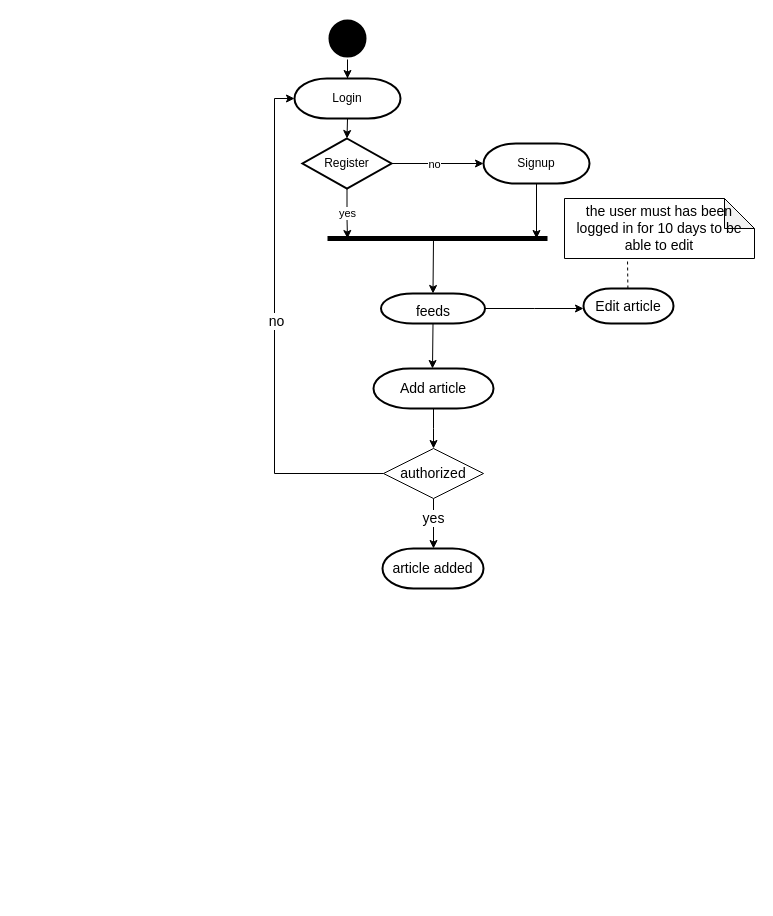
The draw.io diagram activity.drawio in mosup16/wikiwiki-swe-project-digrams, before the edit. Source tidied: cells renumbered, new cells numbered last; positions are measured from the earlier drawing's top-left corner, leaving out a move shared by most shapes. Both pictures are drawn from the tidied source at 100%, with x=0, y=0 at pixel (274, 18).
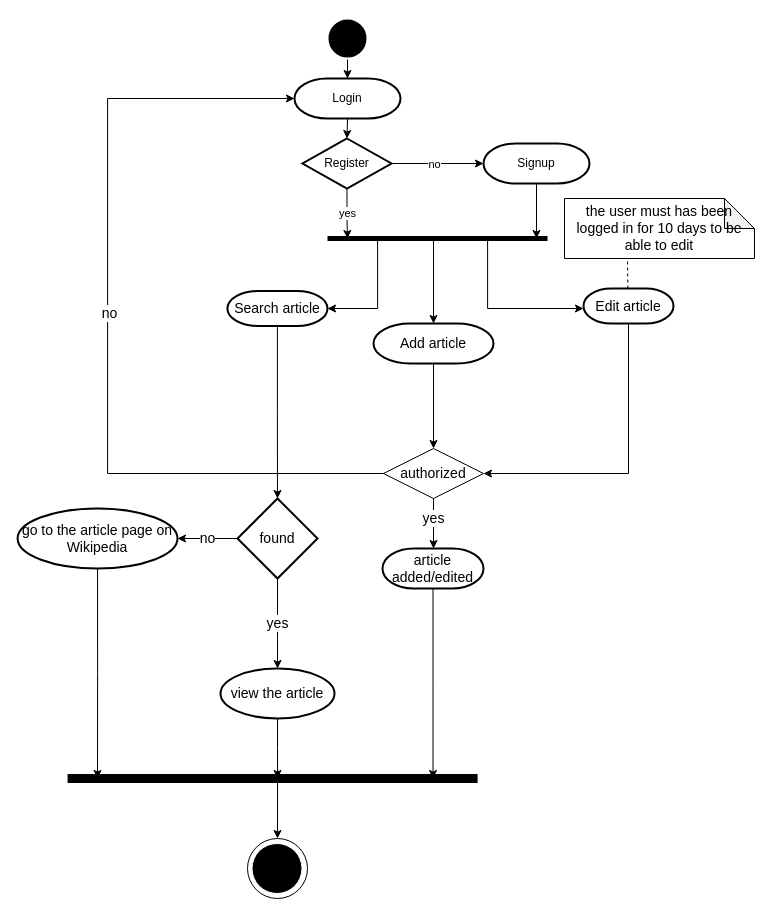
Above is the later version.

The change refers to these unchanged cells:
```xml
<mxCell id="5" value="Login" style="strokeWidth=2;html=1;shape=mxgraph.flowchart.terminator;whiteSpace=wrap;" parent="1" vertex="1">
  <mxGeometry x="20" y="60" width="106" height="40" as="geometry" />
</mxCell>
<mxCell id="22" value="authorized" style="rhombus;whiteSpace=wrap;html=1;fontSize=14;fontColor=none;" parent="1" vertex="1">
  <mxGeometry x="109" y="430" width="100" height="50" as="geometry" />
</mxCell>
<mxCell id="24" value="Edit article" style="strokeWidth=2;html=1;shape=mxgraph.flowchart.terminator;whiteSpace=wrap;fontSize=14;fontColor=none;" parent="1" vertex="1">
  <mxGeometry x="309" y="270" width="90" height="35" as="geometry" />
</mxCell>
```

What changed in the source:
```diff
@@
-    <mxCell id="13" style="endArrow=classic;html=1;rounded=0;labelBackgroundColor=#000000;labelBorderColor=default;fontSize=20;fontColor=default;strokeWidth=1;entryX=0.5;entryY=0;entryDx=0;entryDy=0;entryPerimeter=0;" parent="1" edge="1" target="16">
+    <mxCell id="13" style="endArrow=classic;html=1;rounded=0;labelBackgroundColor=#000000;labelBorderColor=default;fontSize=20;fontColor=default;strokeWidth=1;entryX=0.5;entryY=0;entryDx=0;entryDy=0;entryPerimeter=0;" parent="1" edge="1" target="18">
       <mxGeometry relative="1" as="geometry">
         <mxPoint x="159" y="220" as="sourcePoint" />
       </mxGeometry>
     </mxCell>
-    <mxCell id="14" style="edgeStyle=orthogonalEdgeStyle;rounded=0;jettySize=auto;html=1;exitX=0.5;exitY=1;exitDx=0;exitDy=0;exitPerimeter=0;labelBackgroundColor=#FFFFFF;labelBorderColor=default;fontSize=14;fontColor=none;strokeWidth=1;" parent="1" edge="1" source="16">
-      <mxGeometry relative="1" as="geometry">
-        <mxPoint x="158" y="350" as="targetPoint" />
-      </mxGeometry>
-    </mxCell>
-    <mxCell id="15" style="edgeStyle=orthogonalEdgeStyle;rounded=0;jettySize=auto;html=1;labelBackgroundColor=#FFFFFF;labelBorderColor=none;fontSize=14;fontColor=none;strokeWidth=1;" parent="1" edge="1" source="16">
+    <mxCell id="15" style="edgeStyle=orthogonalEdgeStyle;rounded=0;orthogonalLoop=1;jettySize=auto;html=1;labelBackgroundColor=#FFFFFF;labelBorderColor=none;fontSize=14;fontColor=none;strokeWidth=1;" parent="1" edge="1">
       <mxGeometry relative="1" as="geometry">
+        <mxPoint x="210.1" y="220" as="sourcePoint" />
         <mxPoint x="309" y="290" as="targetPoint" />
+        <Array as="points">
+          <mxPoint x="213.1" y="220" />
+          <mxPoint x="213.1" y="290" />
+        </Array>
       </mxGeometry>
     </mxCell>
-    <mxCell id="16" value="&lt;p&gt;&lt;font style=&quot;font-size: 14px&quot;&gt;feeds&lt;/font&gt;&lt;/p&gt;" style="strokeWidth=2;html=1;shape=mxgraph.flowchart.terminator;whiteSpace=wrap;fontSize=20;fontColor=default;" parent="1" vertex="1">
-      <mxGeometry x="106.5" y="275" width="104" height="30" as="geometry" />
-    </mxCell>
+    <mxCell id="27" style="edgeStyle=orthogonalEdgeStyle;rounded=0;jettySize=auto;html=1;labelBackgroundColor=#FFFFFF;labelBorderColor=none;fontSize=14;fontColor=none;strokeWidth=1;" parent="1" edge="1" target="31">
+      <mxGeometry relative="1" as="geometry">
+        <mxPoint x="113.1" y="220" as="sourcePoint" />
+        <Array as="points">
+          <mxPoint x="103.1" y="220" />
+          <mxPoint x="103.1" y="290" />
+        </Array>
+      </mxGeometry>
+    </mxCell>
@@
     <mxCell id="18" value="Add article" style="strokeWidth=2;html=1;shape=mxgraph.flowchart.terminator;whiteSpace=wrap;fontSize=14;fontColor=none;" parent="1" vertex="1">
-      <mxGeometry x="99" y="350" width="120" height="40" as="geometry" />
+      <mxGeometry x="99" y="305" width="120" height="40" as="geometry" />
     </mxCell>
@@
     <mxCell id="20" style="edgeStyle=orthogonalEdgeStyle;rounded=0;jettySize=auto;html=1;entryX=0;entryY=0.5;entryDx=0;entryDy=0;entryPerimeter=0;labelBackgroundColor=#FFFFFF;labelBorderColor=none;fontSize=14;fontColor=none;strokeWidth=1;" parent="1" edge="1" source="22" target="5">
       <mxGeometry relative="1" as="geometry">
         <Array as="points">
-          <mxPoint y="455" />
-          <mxPoint y="80" />
+          <mxPoint x="-166.9" y="455" />
+          <mxPoint x="-166.9" y="80" />
         </Array>
       </mxGeometry>
     </mxCell>
@@
+    <mxCell id="28" style="edgeStyle=orthogonalEdgeStyle;rounded=0;jettySize=auto;html=1;labelBackgroundColor=#FFFFFF;labelBorderColor=none;fontSize=14;fontColor=none;strokeWidth=1;" parent="1" edge="1" source="23">
+      <mxGeometry relative="1" as="geometry">
+        <mxPoint x="158.5" y="760" as="targetPoint" />
+      </mxGeometry>
+    </mxCell>
-    <mxCell id="23" value="article added" style="strokeWidth=2;html=1;shape=mxgraph.flowchart.terminator;whiteSpace=wrap;fontSize=14;fontColor=none;" parent="1" vertex="1">
+    <mxCell id="23" value="article added/edited" style="strokeWidth=2;html=1;shape=mxgraph.flowchart.terminator;whiteSpace=wrap;fontSize=14;fontColor=none;" parent="1" vertex="1">
       <mxGeometry x="108" y="530" width="101" height="40" as="geometry" />
     </mxCell>
+    <mxCell id="29" style="edgeStyle=orthogonalEdgeStyle;rounded=0;jettySize=auto;html=1;entryX=1;entryY=0.5;entryDx=0;entryDy=0;labelBackgroundColor=#FFFFFF;labelBorderColor=none;fontSize=14;fontColor=none;strokeWidth=1;" parent="1" edge="1" source="24" target="22">
+      <mxGeometry relative="1" as="geometry">
+        <Array as="points">
+          <mxPoint x="354.1" y="455" />
+        </Array>
+      </mxGeometry>
+    </mxCell>
@@
+    <mxCell id="30" style="edgeStyle=orthogonalEdgeStyle;rounded=0;jettySize=auto;html=1;labelBackgroundColor=#FFFFFF;labelBorderColor=none;fontSize=14;fontColor=none;strokeWidth=1;" parent="1" edge="1" source="31" target="34">
+      <mxGeometry relative="1" as="geometry" />
+    </mxCell>
+    <mxCell id="31" value="Search article" style="strokeWidth=2;html=1;shape=mxgraph.flowchart.terminator;whiteSpace=wrap;fontSize=14;fontColor=none;fillColor=#FFFFFF;" parent="1" vertex="1">
+      <mxGeometry x="-47.1" y="272.5" width="100.1" height="35" as="geometry" />
+    </mxCell>
+    <mxCell id="32" value="yes" style="edgeStyle=orthogonalEdgeStyle;rounded=0;jettySize=auto;html=1;labelBackgroundColor=#FFFFFF;labelBorderColor=none;fontSize=14;fontColor=none;strokeWidth=1;" parent="1" edge="1" source="34" target="36">
+      <mxGeometry relative="1" as="geometry">
+        <Array as="points">
+          <mxPoint x="3.1" y="620" />
+          <mxPoint x="3.1" y="620" />
+        </Array>
+      </mxGeometry>
+    </mxCell>
+    <mxCell id="33" value="no" style="edgeStyle=orthogonalEdgeStyle;rounded=0;jettySize=auto;html=1;labelBackgroundColor=#FFFFFF;labelBorderColor=none;fontSize=14;fontColor=none;strokeWidth=1;" parent="1" edge="1" source="34" target="38">
+      <mxGeometry relative="1" as="geometry" />
+    </mxCell>
+    <mxCell id="34" value="found" style="rhombus;whiteSpace=wrap;html=1;fontSize=14;fillColor=#FFFFFF;fontColor=none;strokeWidth=2;" parent="1" vertex="1">
+      <mxGeometry x="-37" y="480" width="80" height="80" as="geometry" />
+    </mxCell>
+    <mxCell id="35" style="edgeStyle=orthogonalEdgeStyle;rounded=0;jettySize=auto;html=1;labelBackgroundColor=#FFFFFF;labelBorderColor=none;fontSize=14;fontColor=none;strokeWidth=1;" parent="1" edge="1" source="36">
+      <mxGeometry relative="1" as="geometry">
+        <mxPoint x="3" y="760" as="targetPoint" />
+      </mxGeometry>
+    </mxCell>
+    <mxCell id="36" value="view the article" style="ellipse;whiteSpace=wrap;html=1;fontSize=14;fillColor=#FFFFFF;fontColor=none;strokeWidth=2;" parent="1" vertex="1">
+      <mxGeometry x="-54" y="650" width="114" height="50" as="geometry" />
+    </mxCell>
+    <mxCell id="37" style="edgeStyle=orthogonalEdgeStyle;rounded=0;jettySize=auto;html=1;labelBackgroundColor=#FFFFFF;labelBorderColor=none;fontSize=14;fontColor=none;strokeWidth=1;" parent="1" edge="1" source="38">
+      <mxGeometry relative="1" as="geometry">
+        <mxPoint x="-177" y="760" as="targetPoint" />
+      </mxGeometry>
+    </mxCell>
+    <mxCell id="38" value="go to the article page on Wikipedia" style="ellipse;whiteSpace=wrap;html=1;fontSize=14;fillColor=#FFFFFF;fontColor=none;strokeWidth=2;" parent="1" vertex="1">
+      <mxGeometry x="-256.9" y="490" width="159.9" height="60" as="geometry" />
+    </mxCell>
+    <mxCell id="39" style="verticalLabelPosition=bottom;verticalAlign=top;html=1;shape=mxgraph.flowchart.on-page_reference;fontSize=14;fontColor=none;strokeColor=#000000;fillColor=#FFFFFF;" parent="1" vertex="1">
+      <mxGeometry x="-27" y="820" width="60" height="60" as="geometry" />
+    </mxCell>
+    <mxCell id="40" style="verticalLabelPosition=bottom;verticalAlign=top;html=1;shape=mxgraph.flowchart.on-page_reference;fontSize=14;fontColor=none;strokeColor=#FFFFFF;fillColor=#000000;" parent="1" vertex="1">
+      <mxGeometry x="-22.5" y="825" width="50" height="50" as="geometry" />
+    </mxCell>
+    <mxCell id="41" style="endArrow=none;html=1;rounded=0;labelBackgroundColor=#FFFFFF;labelBorderColor=none;fontSize=14;fontColor=none;strokeWidth=9;" parent="1" edge="1">
+      <mxGeometry relative="1" as="geometry">
+        <mxPoint x="-206.9" y="760" as="sourcePoint" />
+        <mxPoint x="203.1" y="760" as="targetPoint" />
+      </mxGeometry>
+    </mxCell>
+    <mxCell id="42" style="endArrow=classic;html=1;rounded=0;labelBackgroundColor=#FFFFFF;labelBorderColor=none;fontSize=14;fontColor=none;strokeWidth=1;entryX=0.5;entryY=0;entryDx=0;entryDy=0;entryPerimeter=0;" parent="1" edge="1" target="39">
+      <mxGeometry relative="1" as="geometry">
+        <mxPoint x="3.1" y="750" as="sourcePoint" />
+      </mxGeometry>
+    </mxCell>
```
